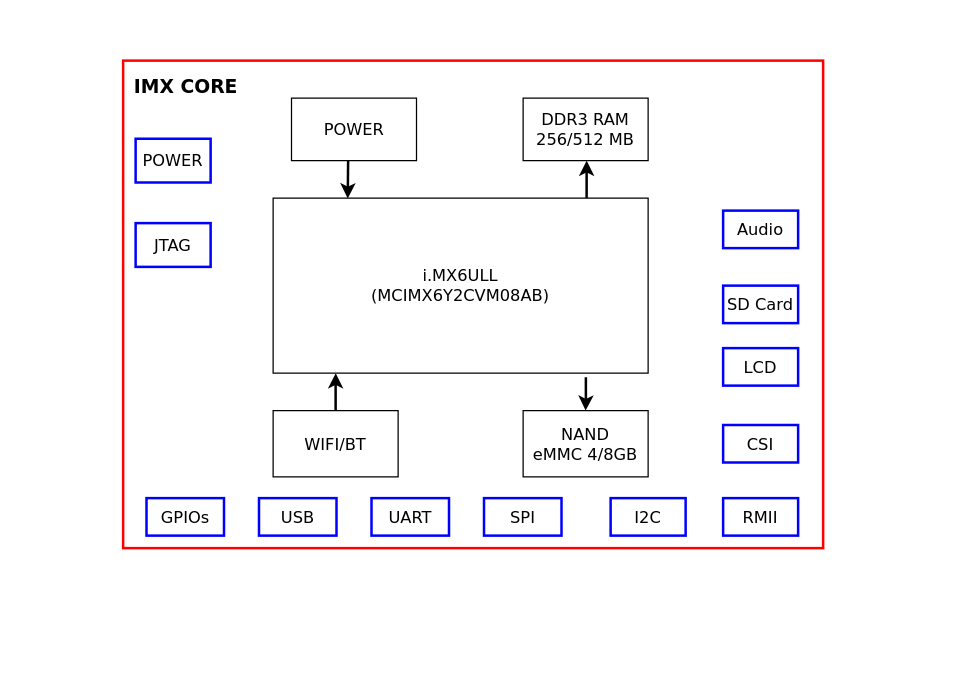
This is IMX6ULL.drawio from anhvanthe/01_my_drawio, a draw.io file, before an edit. Source tidied: cells renumbered, new cells numbered last; positions are measured from the earlier drawing's top-left corner, leaving out a move shared by most shapes. Both pictures are drawn from the tidied source at 125%, with x=0, y=0 at pixel (122, 60).
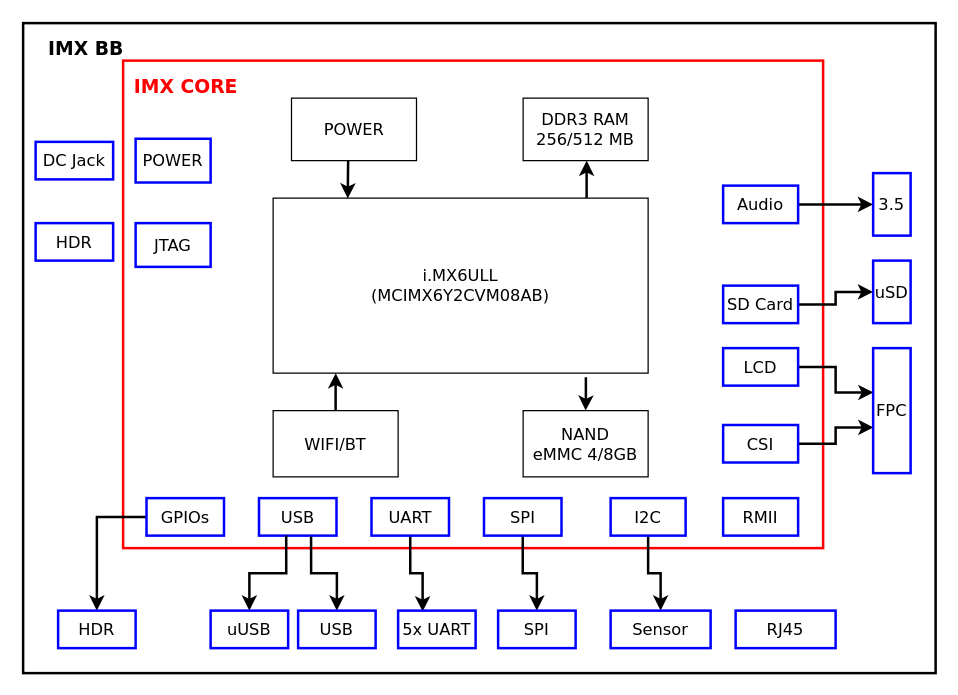
Above is the later version.

The change refers to these unchanged cells:
```xml
<mxCell id="13" value="GPIOs" style="rounded=0;whiteSpace=wrap;html=1;strokeColor=#0000FF;strokeWidth=2;fillColor=none;gradientColor=none;fontFamily=Verdana;fontSize=13;" parent="1" vertex="1">
  <mxGeometry x="18.7" y="350" width="62" height="30" as="geometry" />
</mxCell>
<mxCell id="14" value="USB" style="rounded=0;whiteSpace=wrap;html=1;strokeColor=#0000FF;strokeWidth=2;fillColor=none;gradientColor=none;fontFamily=Verdana;fontSize=13;" parent="1" vertex="1">
  <mxGeometry x="108.7" y="350" width="62" height="30" as="geometry" />
</mxCell>
<mxCell id="15" value="UART" style="rounded=0;whiteSpace=wrap;html=1;strokeColor=#0000FF;strokeWidth=2;fillColor=none;gradientColor=none;fontFamily=Verdana;fontSize=13;" parent="1" vertex="1">
  <mxGeometry x="198.7" y="350" width="62" height="30" as="geometry" />
</mxCell>
<mxCell id="16" value="SPI" style="rounded=0;whiteSpace=wrap;html=1;strokeColor=#0000FF;strokeWidth=2;fillColor=none;gradientColor=none;fontFamily=Verdana;fontSize=13;" parent="1" vertex="1">
  <mxGeometry x="288.7" y="350" width="62" height="30" as="geometry" />
</mxCell>
<mxCell id="17" value="I2C" style="rounded=0;whiteSpace=wrap;html=1;strokeColor=#0000FF;strokeWidth=2;fillColor=none;gradientColor=none;fontFamily=Verdana;fontSize=13;" parent="1" vertex="1">
  <mxGeometry x="390" y="350" width="60" height="30" as="geometry" />
</mxCell>
<mxCell id="20" value="CSI" style="rounded=0;whiteSpace=wrap;html=1;strokeColor=#0000FF;strokeWidth=2;fillColor=none;gradientColor=none;fontFamily=Verdana;fontSize=13;" parent="1" vertex="1">
  <mxGeometry x="480" y="291.5" width="60" height="30" as="geometry" />
</mxCell>
<mxCell id="21" value="LCD" style="rounded=0;whiteSpace=wrap;html=1;strokeColor=#0000FF;strokeWidth=2;fillColor=none;gradientColor=none;fontFamily=Verdana;fontSize=13;" parent="1" vertex="1">
  <mxGeometry x="480" y="230" width="60" height="30" as="geometry" />
</mxCell>
<mxCell id="22" value="SD Card" style="rounded=0;whiteSpace=wrap;html=1;strokeColor=#0000FF;strokeWidth=2;fillColor=none;gradientColor=none;fontFamily=Verdana;fontSize=13;" parent="1" vertex="1">
  <mxGeometry x="480" y="180" width="60" height="30" as="geometry" />
</mxCell>
```

Diff of the diagram source:
```diff
@@
+    <mxCell id="25" style="rounded=0;whiteSpace=wrap;html=1;gradientColor=none;fillColor=none;strokeWidth=2;strokeColor=#000000;fontFamily=Verdana;fontSize=13;" parent="1" vertex="1">
+      <mxGeometry x="-80" y="-30" width="730" height="520" as="geometry" />
+    </mxCell>
@@
-    <mxCell id="12" value="&lt;font size=&quot;1&quot;&gt;&lt;b style=&quot;font-size: 15px&quot;&gt;IMX CORE&lt;/b&gt;&lt;/font&gt;" style="text;html=1;align=center;verticalAlign=middle;fontFamily=Verdana;fontSize=13;" parent="1" vertex="1">
+    <mxCell id="12" value="&lt;font size=&quot;1&quot;&gt;&lt;b style=&quot;font-size: 15px&quot;&gt;IMX CORE&lt;/b&gt;&lt;/font&gt;" style="text;html=1;align=center;verticalAlign=middle;fontFamily=Verdana;fontSize=13;fontColor=#FF0000;" parent="1" vertex="1">
       <mxGeometry y="10" width="100" height="20" as="geometry" />
     </mxCell>
+    <mxCell id="26" style="edgeStyle=orthogonalEdgeStyle;rounded=0;jettySize=auto;html=1;entryX=0.5;entryY=0;entryDx=0;entryDy=0;strokeWidth=2;fontFamily=Verdana;fontSize=13;" parent="1" edge="1" source="13" target="34">
+      <mxGeometry relative="1" as="geometry" />
+    </mxCell>
@@
+    <mxCell id="27" style="edgeStyle=orthogonalEdgeStyle;rounded=0;jettySize=auto;html=1;entryX=0.316;entryY=0.024;entryDx=0;entryDy=0;entryPerimeter=0;strokeWidth=2;fontFamily=Verdana;fontSize=13;" parent="1" edge="1" source="15" target="39">
+      <mxGeometry relative="1" as="geometry" />
+    </mxCell>
@@
+    <mxCell id="28" style="edgeStyle=orthogonalEdgeStyle;rounded=0;jettySize=auto;html=1;strokeWidth=2;fontFamily=Verdana;fontSize=13;" parent="1" edge="1" source="16" target="41">
+      <mxGeometry relative="1" as="geometry" />
+    </mxCell>
@@
+    <mxCell id="29" style="edgeStyle=orthogonalEdgeStyle;rounded=0;jettySize=auto;html=1;strokeWidth=2;fontFamily=Verdana;fontSize=13;" parent="1" edge="1" source="17" target="40">
+      <mxGeometry relative="1" as="geometry" />
+    </mxCell>
@@
+    <mxCell id="30" style="edgeStyle=orthogonalEdgeStyle;rounded=0;jettySize=auto;html=1;entryX=0.01;entryY=0.634;entryDx=0;entryDy=0;entryPerimeter=0;strokeWidth=2;fontFamily=Verdana;fontSize=13;" parent="1" edge="1" source="20" target="43">
+      <mxGeometry relative="1" as="geometry" />
+    </mxCell>
@@
+    <mxCell id="31" style="edgeStyle=orthogonalEdgeStyle;rounded=0;jettySize=auto;html=1;entryX=0.011;entryY=0.355;entryDx=0;entryDy=0;entryPerimeter=0;strokeWidth=2;fontFamily=Verdana;fontSize=13;" parent="1" edge="1" source="21" target="43">
+      <mxGeometry relative="1" as="geometry" />
+    </mxCell>
@@
+    <mxCell id="32" style="edgeStyle=orthogonalEdgeStyle;rounded=0;jettySize=auto;html=1;strokeWidth=2;fontFamily=Verdana;fontSize=13;" parent="1" edge="1" source="22" target="44">
+      <mxGeometry relative="1" as="geometry" />
+    </mxCell>
@@
+    <mxCell id="33" style="edgeStyle=orthogonalEdgeStyle;rounded=0;jettySize=auto;html=1;strokeWidth=2;fontFamily=Verdana;fontSize=13;" parent="1" edge="1" source="23" target="45">
+      <mxGeometry relative="1" as="geometry" />
+    </mxCell>
     <mxCell id="23" value="Audio" style="rounded=0;whiteSpace=wrap;html=1;strokeColor=#0000FF;strokeWidth=2;fillColor=none;gradientColor=none;fontFamily=Verdana;fontSize=13;" parent="1" vertex="1">
-      <mxGeometry x="480" y="120" width="60" height="30" as="geometry" />
+      <mxGeometry x="480" y="100" width="60" height="30" as="geometry" />
     </mxCell>
@@
+    <mxCell id="34" value="HDR" style="rounded=0;whiteSpace=wrap;html=1;strokeColor=#0000FF;strokeWidth=2;fillColor=none;gradientColor=none;fontFamily=Verdana;fontSize=13;" parent="1" vertex="1">
+      <mxGeometry x="-52" y="440" width="62" height="30" as="geometry" />
+    </mxCell>
+    <mxCell id="35" style="edgeStyle=orthogonalEdgeStyle;rounded=0;jettySize=auto;html=1;strokeWidth=2;fontFamily=Verdana;fontSize=13;exitX=0.351;exitY=0.996;exitDx=0;exitDy=0;exitPerimeter=0;" parent="1" edge="1" source="14" target="36">
+      <mxGeometry relative="1" as="geometry" />
+    </mxCell>
+    <mxCell id="36" value="uUSB" style="rounded=0;whiteSpace=wrap;html=1;strokeColor=#0000FF;strokeWidth=2;fillColor=none;gradientColor=none;fontFamily=Verdana;fontSize=13;" parent="1" vertex="1">
+      <mxGeometry x="70" y="440" width="62" height="30" as="geometry" />
+    </mxCell>
+    <mxCell id="37" style="edgeStyle=orthogonalEdgeStyle;rounded=0;jettySize=auto;html=1;strokeWidth=2;fontFamily=Verdana;fontSize=13;exitX=0.672;exitY=1.02;exitDx=0;exitDy=0;exitPerimeter=0;" parent="1" edge="1" source="14" target="38">
+      <mxGeometry relative="1" as="geometry" />
+    </mxCell>
+    <mxCell id="38" value="USB" style="rounded=0;whiteSpace=wrap;html=1;strokeColor=#0000FF;strokeWidth=2;fillColor=none;gradientColor=none;fontFamily=Verdana;fontSize=13;" parent="1" vertex="1">
+      <mxGeometry x="140" y="440" width="62" height="30" as="geometry" />
+    </mxCell>
+    <mxCell id="39" value="5x UART" style="rounded=0;whiteSpace=wrap;html=1;strokeColor=#0000FF;strokeWidth=2;fillColor=none;gradientColor=none;fontFamily=Verdana;fontSize=13;" parent="1" vertex="1">
+      <mxGeometry x="220" y="440" width="62" height="30" as="geometry" />
+    </mxCell>
+    <mxCell id="40" value="Sensor" style="rounded=0;whiteSpace=wrap;html=1;strokeColor=#0000FF;strokeWidth=2;fillColor=none;gradientColor=none;fontFamily=Verdana;fontSize=13;" parent="1" vertex="1">
+      <mxGeometry x="390" y="440" width="80" height="30" as="geometry" />
+    </mxCell>
+    <mxCell id="41" value="SPI" style="rounded=0;whiteSpace=wrap;html=1;strokeColor=#0000FF;strokeWidth=2;fillColor=none;gradientColor=none;fontFamily=Verdana;fontSize=13;" parent="1" vertex="1">
+      <mxGeometry x="300" y="440" width="62" height="30" as="geometry" />
+    </mxCell>
+    <mxCell id="42" value="RJ45" style="rounded=0;whiteSpace=wrap;html=1;strokeColor=#0000FF;strokeWidth=2;fillColor=none;gradientColor=none;fontFamily=Verdana;fontSize=13;" parent="1" vertex="1">
+      <mxGeometry x="490" y="440" width="80" height="30" as="geometry" />
+    </mxCell>
+    <mxCell id="43" value="FPC" style="rounded=0;whiteSpace=wrap;html=1;strokeColor=#0000FF;strokeWidth=2;fillColor=none;gradientColor=none;fontFamily=Verdana;fontSize=13;" parent="1" vertex="1">
+      <mxGeometry x="600" y="230" width="30" height="100" as="geometry" />
+    </mxCell>
+    <mxCell id="44" value="uSD" style="rounded=0;whiteSpace=wrap;html=1;strokeColor=#0000FF;strokeWidth=2;fillColor=none;gradientColor=none;fontFamily=Verdana;fontSize=13;" parent="1" vertex="1">
+      <mxGeometry x="600" y="160" width="30" height="50" as="geometry" />
+    </mxCell>
+    <mxCell id="45" value="3.5" style="rounded=0;whiteSpace=wrap;html=1;strokeColor=#0000FF;strokeWidth=2;fillColor=none;gradientColor=none;fontFamily=Verdana;fontSize=13;" parent="1" vertex="1">
+      <mxGeometry x="600" y="90" width="30" height="50" as="geometry" />
+    </mxCell>
+    <mxCell id="46" value="DC Jack" style="rounded=0;whiteSpace=wrap;html=1;strokeColor=#0000FF;strokeWidth=2;fillColor=none;gradientColor=none;fontFamily=Verdana;fontSize=13;" parent="1" vertex="1">
+      <mxGeometry x="-70" y="65" width="62" height="30" as="geometry" />
+    </mxCell>
+    <mxCell id="47" value="HDR" style="rounded=0;whiteSpace=wrap;html=1;strokeColor=#0000FF;strokeWidth=2;fillColor=none;gradientColor=none;fontFamily=Verdana;fontSize=13;" parent="1" vertex="1">
+      <mxGeometry x="-70" y="130" width="62" height="30" as="geometry" />
+    </mxCell>
+    <mxCell id="48" value="&lt;font size=&quot;1&quot;&gt;&lt;b style=&quot;font-size: 15px&quot;&gt;IMX BB&lt;/b&gt;&lt;/font&gt;" style="text;html=1;align=center;verticalAlign=middle;fontFamily=Verdana;fontSize=13;" parent="1" vertex="1">
+      <mxGeometry x="-70" y="-20" width="80" height="20" as="geometry" />
+    </mxCell>
```
